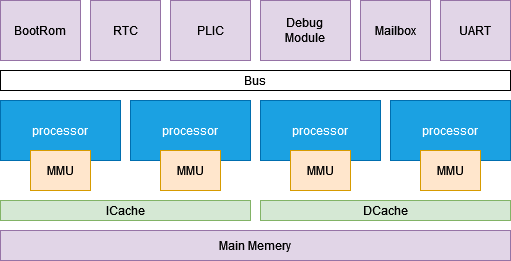
toughpig/paper keeps this draw.io diagram as pic/spike.drawio.png. Above is the earlier version. Source tidied: cells renumbered, new cells last; positions are measured from the earlier drawing's top-left corner, leaving out a move shared by most shapes.
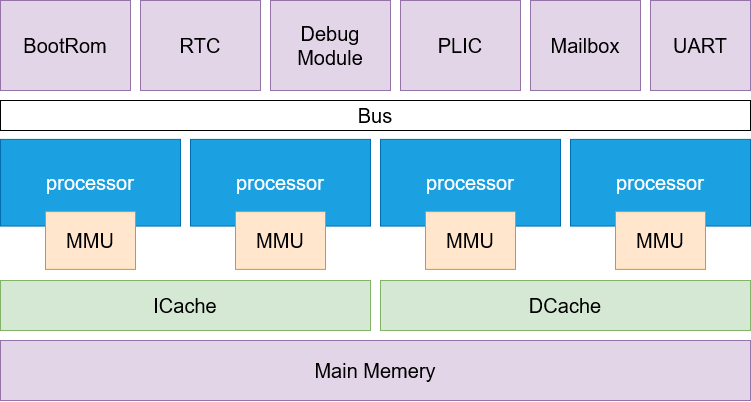
After the commit.

What changed in the source:
```diff
@@ -2,71 +2,71 @@
   <root>
     <mxCell id="0" />
     <mxCell id="1" parent="0" />
-    <mxCell id="2" value="Main Memery" style="rounded=0;whiteSpace=wrap;html=1;fillColor=#e1d5e7;strokeColor=#9673a6;" parent="1" vertex="1">
-      <mxGeometry y="230" width="510" height="30" as="geometry" />
+    <mxCell id="2" value="Main Memery" style="rounded=0;whiteSpace=wrap;html=1;fillColor=#e1d5e7;strokeColor=#9673a6;fontSize=20;" parent="1" vertex="1">
+      <mxGeometry x="-70" y="340" width="750" height="60" as="geometry" />
     </mxCell>
-    <mxCell id="3" value="Mailbox" style="rounded=0;whiteSpace=wrap;html=1;fillColor=#e1d5e7;strokeColor=#9673a6;" parent="1" vertex="1">
-      <mxGeometry x="360" width="70" height="60" as="geometry" />
+    <mxCell id="3" value="Mailbox" style="rounded=0;whiteSpace=wrap;html=1;fillColor=#e1d5e7;strokeColor=#9673a6;fontSize=20;" parent="1" vertex="1">
+      <mxGeometry x="460" width="110" height="90" as="geometry" />
     </mxCell>
-    <mxCell id="4" value="&lt;div&gt;Debug&lt;/div&gt;&lt;div&gt;Module&lt;br&gt;&lt;/div&gt;" style="rounded=0;whiteSpace=wrap;html=1;fillColor=#e1d5e7;strokeColor=#9673a6;" parent="1" vertex="1">
-      <mxGeometry x="260" width="90" height="60" as="geometry" />
+    <mxCell id="4" value="&lt;div style=&quot;font-size: 20px;&quot;&gt;Debug&lt;/div&gt;&lt;div style=&quot;font-size: 20px;&quot;&gt;Module&lt;br style=&quot;font-size: 20px;&quot;&gt;&lt;/div&gt;" style="rounded=0;whiteSpace=wrap;html=1;fillColor=#e1d5e7;strokeColor=#9673a6;fontSize=20;" parent="1" vertex="1">
+      <mxGeometry x="200" width="120" height="90" as="geometry" />
     </mxCell>
-    <mxCell id="5" style="group;" parent="1" vertex="1">
-      <mxGeometry y="80" width="120" height="90" as="geometry" />
+    <mxCell id="5" style="group;fontSize=20;" parent="1" vertex="1">
+      <mxGeometry x="-70" y="110" width="180" height="130" as="geometry" />
     </mxCell>
-    <mxCell id="6" value="processor" style="rounded=0;whiteSpace=wrap;html=1;fillColor=#1ba1e2;fontColor=#ffffff;strokeColor=#006EAF;" parent="5" vertex="1">
-      <mxGeometry y="20" width="120" height="60" as="geometry" />
+    <mxCell id="6" value="processor" style="rounded=0;whiteSpace=wrap;html=1;fillColor=#1ba1e2;fontColor=#ffffff;strokeColor=#006EAF;fontSize=20;" parent="5" vertex="1">
+      <mxGeometry y="28.9" width="180" height="86.7" as="geometry" />
     </mxCell>
-    <mxCell id="7" value="MMU" style="rounded=0;whiteSpace=wrap;html=1;fillColor=#ffe6cc;strokeColor=#d79b00;" parent="5" vertex="1">
-      <mxGeometry x="30" y="70" width="60" height="40" as="geometry" />
+    <mxCell id="7" value="MMU" style="rounded=0;whiteSpace=wrap;html=1;fillColor=#ffe6cc;strokeColor=#d79b00;fontSize=20;" parent="5" vertex="1">
+      <mxGeometry x="45" y="101.1" width="90" height="57.8" as="geometry" />
     </mxCell>
-    <mxCell id="8" value="ICache" style="rounded=0;whiteSpace=wrap;html=1;fillColor=#d5e8d4;strokeColor=#82b366;" parent="1" vertex="1">
-      <mxGeometry y="200" width="250" height="20" as="geometry" />
+    <mxCell id="8" value="ICache" style="rounded=0;whiteSpace=wrap;html=1;fillColor=#d5e8d4;strokeColor=#82b366;fontSize=20;" parent="1" vertex="1">
+      <mxGeometry x="-70" y="280" width="370" height="50" as="geometry" />
     </mxCell>
-    <mxCell id="9" value="DCache" style="rounded=0;whiteSpace=wrap;html=1;fillColor=#d5e8d4;strokeColor=#82b366;" parent="1" vertex="1">
-      <mxGeometry x="260" y="200" width="250" height="20" as="geometry" />
+    <mxCell id="9" value="DCache" style="rounded=0;whiteSpace=wrap;html=1;fillColor=#d5e8d4;strokeColor=#82b366;fontSize=20;" parent="1" vertex="1">
+      <mxGeometry x="310" y="280" width="370" height="50" as="geometry" />
     </mxCell>
-    <mxCell id="10" style="group;" parent="1" vertex="1">
-      <mxGeometry x="130" y="80" width="120" height="90" as="geometry" />
-    </mxCell>
-    <mxCell id="11" value="processor" style="rounded=0;whiteSpace=wrap;html=1;fillColor=#1ba1e2;fontColor=#ffffff;strokeColor=#006EAF;" parent="10" vertex="1">
-      <mxGeometry y="20" width="120" height="60" as="geometry" />
-    </mxCell>
-    <mxCell id="12" value="MMU" style="rounded=0;whiteSpace=wrap;html=1;fillColor=#ffe6cc;strokeColor=#d79b00;" parent="10" vertex="1">
-      <mxGeometry x="30" y="70" width="60" height="40" as="geometry" />
-    </mxCell>
-    <mxCell id="13" style="group;" parent="1" vertex="1">
-      <mxGeometry x="260" y="70" width="250" height="90" as="geometry" />
-    </mxCell>
-    <mxCell id="14" value="processor" style="rounded=0;whiteSpace=wrap;html=1;fillColor=#1ba1e2;fontColor=#ffffff;strokeColor=#006EAF;" parent="13" vertex="1">
-      <mxGeometry y="30" width="120" height="60" as="geometry" />
-    </mxCell>
-    <mxCell id="15" value="Bus" style="rounded=0;whiteSpace=wrap;html=1;" parent="13" vertex="1">
-      <mxGeometry x="-260" width="510" height="20" as="geometry" />
-    </mxCell>
-    <mxCell id="16" style="group;" parent="1" vertex="1">
-      <mxGeometry x="390" y="70" width="120" height="90" as="geometry" />
-    </mxCell>
-    <mxCell id="17" value="processor" style="rounded=0;whiteSpace=wrap;html=1;fillColor=#1ba1e2;fontColor=#ffffff;strokeColor=#006EAF;" parent="16" vertex="1">
-      <mxGeometry y="30" width="120" height="60" as="geometry" />
-    </mxCell>
-    <mxCell id="18" value="PLIC" style="rounded=0;whiteSpace=wrap;html=1;fillColor=#e1d5e7;strokeColor=#9673a6;" parent="1" vertex="1">
-      <mxGeometry x="170" width="80" height="60" as="geometry" />
+    <mxCell id="18" value="PLIC" style="rounded=0;whiteSpace=wrap;html=1;fillColor=#e1d5e7;strokeColor=#9673a6;fontSize=20;" parent="1" vertex="1">
+      <mxGeometry x="330" width="120" height="90" as="geometry" />
     </mxCell>
-    <mxCell id="19" value="MMU" style="rounded=0;whiteSpace=wrap;html=1;fillColor=#ffe6cc;strokeColor=#d79b00;" parent="1" vertex="1">
-      <mxGeometry x="290" y="150" width="60" height="40" as="geometry" />
-    </mxCell>
-    <mxCell id="20" value="MMU" style="rounded=0;whiteSpace=wrap;html=1;fillColor=#ffe6cc;strokeColor=#d79b00;" parent="1" vertex="1">
-      <mxGeometry x="420" y="150" width="60" height="40" as="geometry" />
-    </mxCell>
-    <mxCell id="21" value="RTC" style="rounded=0;whiteSpace=wrap;html=1;fillColor=#e1d5e7;strokeColor=#9673a6;" parent="1" vertex="1">
-      <mxGeometry x="90" width="70" height="60" as="geometry" />
+    <mxCell id="21" value="RTC" style="rounded=0;whiteSpace=wrap;html=1;fillColor=#e1d5e7;strokeColor=#9673a6;fontSize=20;" parent="1" vertex="1">
+      <mxGeometry x="70" width="120" height="90" as="geometry" />
     </mxCell>
-    <mxCell id="22" value="UART" style="rounded=0;whiteSpace=wrap;html=1;fillColor=#e1d5e7;strokeColor=#9673a6;" parent="1" vertex="1">
-      <mxGeometry x="440" width="70" height="60" as="geometry" />
+    <mxCell id="22" value="UART" style="rounded=0;whiteSpace=wrap;html=1;fillColor=#e1d5e7;strokeColor=#9673a6;fontSize=20;" parent="1" vertex="1">
+      <mxGeometry x="580" width="100" height="90" as="geometry" />
     </mxCell>
-    <mxCell id="23" value="BootRom" style="rounded=0;whiteSpace=wrap;html=1;fillColor=#e1d5e7;strokeColor=#9673a6;" parent="1" vertex="1">
-      <mxGeometry width="80" height="60" as="geometry" />
+    <mxCell id="23" value="BootRom" style="rounded=0;whiteSpace=wrap;html=1;fillColor=#e1d5e7;strokeColor=#9673a6;fontSize=20;" parent="1" vertex="1">
+      <mxGeometry x="-70" width="130" height="90" as="geometry" />
     </mxCell>
+    <mxCell id="24" style="group;fontSize=20;" parent="1" vertex="1">
+      <mxGeometry x="120" y="110" width="180" height="130" as="geometry" />
+    </mxCell>
+    <mxCell id="25" value="processor" style="rounded=0;whiteSpace=wrap;html=1;fillColor=#1ba1e2;fontColor=#ffffff;strokeColor=#006EAF;fontSize=20;" parent="24" vertex="1">
+      <mxGeometry y="28.9" width="180" height="86.7" as="geometry" />
+    </mxCell>
+    <mxCell id="26" value="MMU" style="rounded=0;whiteSpace=wrap;html=1;fillColor=#ffe6cc;strokeColor=#d79b00;fontSize=20;" parent="24" vertex="1">
+      <mxGeometry x="45" y="101.1" width="90" height="57.8" as="geometry" />
+    </mxCell>
+    <mxCell id="27" style="group;fontSize=20;" parent="1" vertex="1">
+      <mxGeometry x="310" y="110" width="180" height="130" as="geometry" />
+    </mxCell>
+    <mxCell id="28" value="processor" style="rounded=0;whiteSpace=wrap;html=1;fillColor=#1ba1e2;fontColor=#ffffff;strokeColor=#006EAF;fontSize=20;" parent="27" vertex="1">
+      <mxGeometry y="28.9" width="180" height="86.7" as="geometry" />
+    </mxCell>
+    <mxCell id="29" value="MMU" style="rounded=0;whiteSpace=wrap;html=1;fillColor=#ffe6cc;strokeColor=#d79b00;fontSize=20;" parent="27" vertex="1">
+      <mxGeometry x="45" y="101.1" width="90" height="57.8" as="geometry" />
+    </mxCell>
+    <mxCell id="30" style="group;fontSize=20;" parent="1" vertex="1">
+      <mxGeometry x="500" y="110" width="180" height="130" as="geometry" />
+    </mxCell>
+    <mxCell id="31" value="processor" style="rounded=0;whiteSpace=wrap;html=1;fillColor=#1ba1e2;fontColor=#ffffff;strokeColor=#006EAF;fontSize=20;" parent="30" vertex="1">
+      <mxGeometry y="28.9" width="180" height="86.7" as="geometry" />
+    </mxCell>
+    <mxCell id="32" value="MMU" style="rounded=0;whiteSpace=wrap;html=1;fillColor=#ffe6cc;strokeColor=#d79b00;fontSize=20;" parent="30" vertex="1">
+      <mxGeometry x="45" y="101.1" width="90" height="57.8" as="geometry" />
+    </mxCell>
+    <mxCell id="15" value="Bus" style="rounded=0;whiteSpace=wrap;html=1;fontSize=20;" parent="1" vertex="1">
+      <mxGeometry x="-70" y="100" width="750" height="30" as="geometry" />
+    </mxCell>
   </root>
 </mxGraphModel>
```
